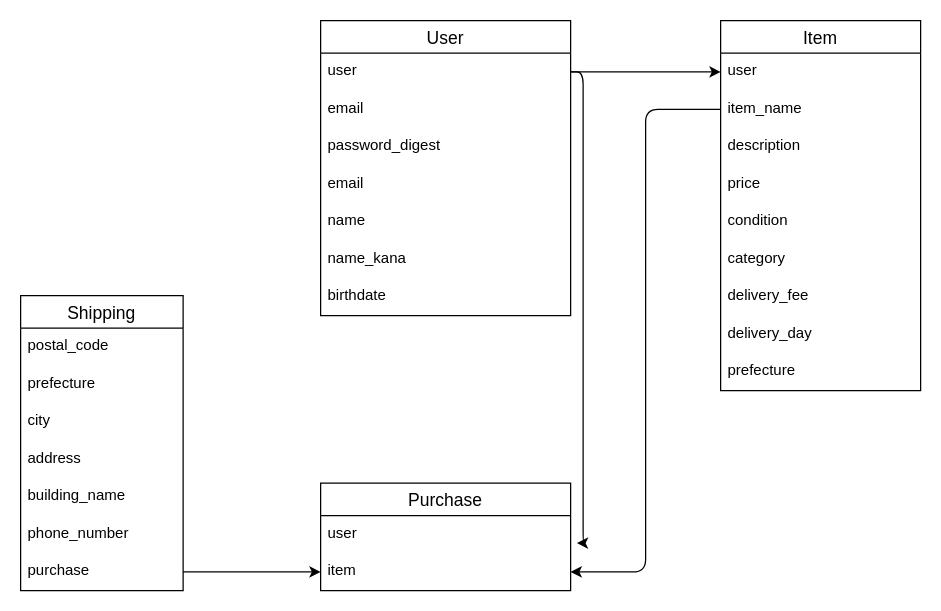
Earlier version of the draw.io diagram test.dio (rukorietta/furima-39246). Source tidied: cells renumbered, new cells numbered last; positions are measured from the earlier drawing's top-left corner, leaving out a move shared by most shapes. Both pictures are drawn from the tidied source at 125%, with x=0, y=0 at pixel (20, 20).
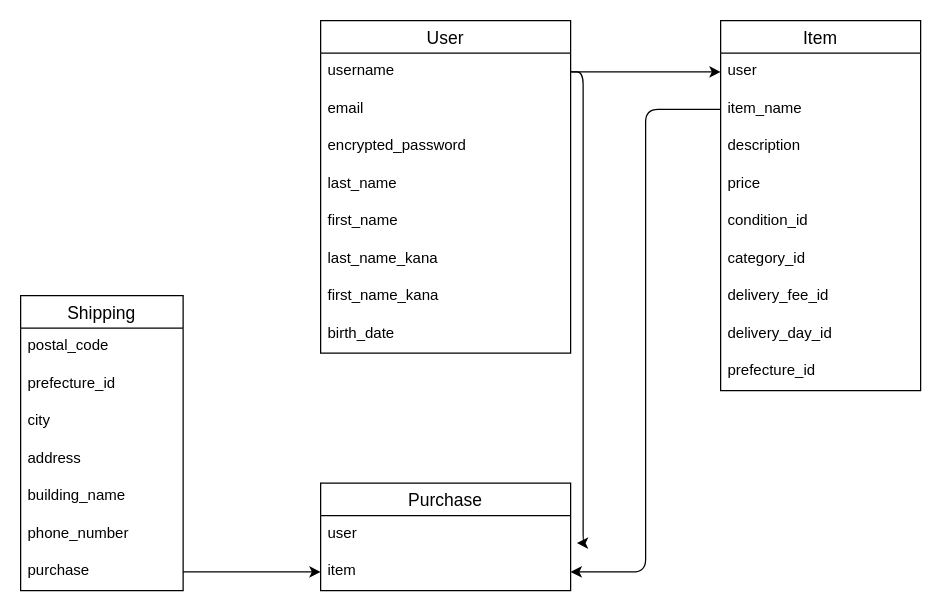
After the change.

Unchanged cells that the change refers to:
```xml
<mxCell id="10" value="Item" style="swimlane;fontStyle=0;horizontal=1;startSize=26;align=center;fontSize=14;" parent="1" vertex="1">
  <mxGeometry x="560" width="160" height="296" as="geometry" />
</mxCell>
<mxCell id="23" value="Shipping" style="swimlane;fontStyle=0;horizontal=1;startSize=26;align=center;fontSize=14;" parent="1" vertex="1">
  <mxGeometry y="220" width="130" height="236" as="geometry" />
</mxCell>
```

Change to the diagram source:
```diff
@@
     <mxCell id="2" value="User" style="swimlane;fontStyle=0;horizontal=1;startSize=26;align=center;fontSize=14;" parent="1" vertex="1">
-      <mxGeometry x="240" width="200" height="236" as="geometry" />
+      <mxGeometry x="240" width="200" height="266" as="geometry" />
     </mxCell>
-    <mxCell id="3" value="user" style="text;strokeColor=none;fillColor=none;spacingLeft=4;spacingRight=4;overflow=hidden;points=[[0,0.5],[1,0.5]];portConstraint=eastwest;fontSize=12;" parent="2" vertex="1">
+    <mxCell id="3" value="username" style="text;strokeColor=none;fillColor=none;spacingLeft=4;spacingRight=4;overflow=hidden;points=[[0,0.5],[1,0.5]];portConstraint=eastwest;fontSize=12;" parent="2" vertex="1">
       <mxGeometry y="26" width="200" height="30" as="geometry" />
     </mxCell>
@@
-    <mxCell id="5" value="password_digest" style="text;strokeColor=none;fillColor=none;spacingLeft=4;spacingRight=4;overflow=hidden;fontSize=12;" parent="2" vertex="1">
+    <mxCell id="5" value="encrypted_password" style="text;strokeColor=none;fillColor=none;spacingLeft=4;spacingRight=4;overflow=hidden;fontSize=12;" parent="2" vertex="1">
       <mxGeometry y="86" width="200" height="30" as="geometry" />
     </mxCell>
-    <mxCell id="6" value="email" style="text;strokeColor=none;fillColor=none;spacingLeft=4;spacingRight=4;overflow=hidden;fontSize=12;" parent="2" vertex="1">
+    <mxCell id="6" value="last_name" style="text;strokeColor=none;fillColor=none;spacingLeft=4;spacingRight=4;overflow=hidden;fontSize=12;" parent="2" vertex="1">
       <mxGeometry y="116" width="200" height="30" as="geometry" />
     </mxCell>
-    <mxCell id="7" value="name" style="text;strokeColor=none;fillColor=none;spacingLeft=4;spacingRight=4;overflow=hidden;fontSize=12;" parent="2" vertex="1">
+    <mxCell id="7" value="first_name" style="text;strokeColor=none;fillColor=none;spacingLeft=4;spacingRight=4;overflow=hidden;fontSize=12;" parent="2" vertex="1">
       <mxGeometry y="146" width="200" height="30" as="geometry" />
     </mxCell>
-    <mxCell id="8" value="name_kana" style="text;strokeColor=none;fillColor=none;spacingLeft=4;spacingRight=4;overflow=hidden;fontSize=12;" parent="2" vertex="1">
+    <mxCell id="8" value="last_name_kana" style="text;strokeColor=none;fillColor=none;spacingLeft=4;spacingRight=4;overflow=hidden;fontSize=12;" parent="2" vertex="1">
       <mxGeometry y="176" width="200" height="30" as="geometry" />
     </mxCell>
-    <mxCell id="9" value="birthdate" style="text;strokeColor=none;fillColor=none;spacingLeft=4;spacingRight=4;overflow=hidden;fontSize=12;" parent="2" vertex="1">
+    <mxCell id="9" value="first_name_kana" style="text;strokeColor=none;fillColor=none;spacingLeft=4;spacingRight=4;overflow=hidden;fontSize=12;" parent="2" vertex="1">
       <mxGeometry y="206" width="200" height="30" as="geometry" />
     </mxCell>
+    <mxCell id="35" value="birth_date" style="text;strokeColor=none;fillColor=none;spacingLeft=4;spacingRight=4;overflow=hidden;fontSize=12;" parent="2" vertex="1">
+      <mxGeometry y="236" width="200" height="30" as="geometry" />
+    </mxCell>
@@
-    <mxCell id="15" value="condition" style="text;strokeColor=none;fillColor=none;spacingLeft=4;spacingRight=4;overflow=hidden;fontSize=12;" parent="10" vertex="1">
+    <mxCell id="15" value="condition_id" style="text;strokeColor=none;fillColor=none;spacingLeft=4;spacingRight=4;overflow=hidden;fontSize=12;" parent="10" vertex="1">
       <mxGeometry y="146" width="160" height="30" as="geometry" />
     </mxCell>
-    <mxCell id="16" value="category" style="text;strokeColor=none;fillColor=none;spacingLeft=4;spacingRight=4;overflow=hidden;fontSize=12;" parent="10" vertex="1">
+    <mxCell id="16" value="category_id" style="text;strokeColor=none;fillColor=none;spacingLeft=4;spacingRight=4;overflow=hidden;fontSize=12;" parent="10" vertex="1">
       <mxGeometry y="176" width="160" height="30" as="geometry" />
     </mxCell>
-    <mxCell id="17" value="delivery_fee" style="text;strokeColor=none;fillColor=none;spacingLeft=4;spacingRight=4;overflow=hidden;fontSize=12;" parent="10" vertex="1">
+    <mxCell id="17" value="delivery_fee_id" style="text;strokeColor=none;fillColor=none;spacingLeft=4;spacingRight=4;overflow=hidden;fontSize=12;" parent="10" vertex="1">
       <mxGeometry y="206" width="160" height="30" as="geometry" />
     </mxCell>
-    <mxCell id="18" value="delivery_day" style="text;strokeColor=none;fillColor=none;spacingLeft=4;spacingRight=4;overflow=hidden;fontSize=12;" parent="10" vertex="1">
+    <mxCell id="18" value="delivery_day_id" style="text;strokeColor=none;fillColor=none;spacingLeft=4;spacingRight=4;overflow=hidden;fontSize=12;" parent="10" vertex="1">
       <mxGeometry y="236" width="160" height="30" as="geometry" />
     </mxCell>
-    <mxCell id="19" value="prefecture" style="text;strokeColor=none;fillColor=none;spacingLeft=4;spacingRight=4;overflow=hidden;fontSize=12;" parent="10" vertex="1">
+    <mxCell id="19" value="prefecture_id" style="text;strokeColor=none;fillColor=none;spacingLeft=4;spacingRight=4;overflow=hidden;fontSize=12;" parent="10" vertex="1">
       <mxGeometry y="266" width="160" height="30" as="geometry" />
     </mxCell>
@@
-    <mxCell id="25" value="prefecture" style="text;strokeColor=none;fillColor=none;spacingLeft=4;spacingRight=4;overflow=hidden;fontSize=12;" parent="23" vertex="1">
+    <mxCell id="25" value="prefecture_id" style="text;strokeColor=none;fillColor=none;spacingLeft=4;spacingRight=4;overflow=hidden;fontSize=12;" parent="23" vertex="1">
       <mxGeometry y="56" width="130" height="30" as="geometry" />
     </mxCell>
```
